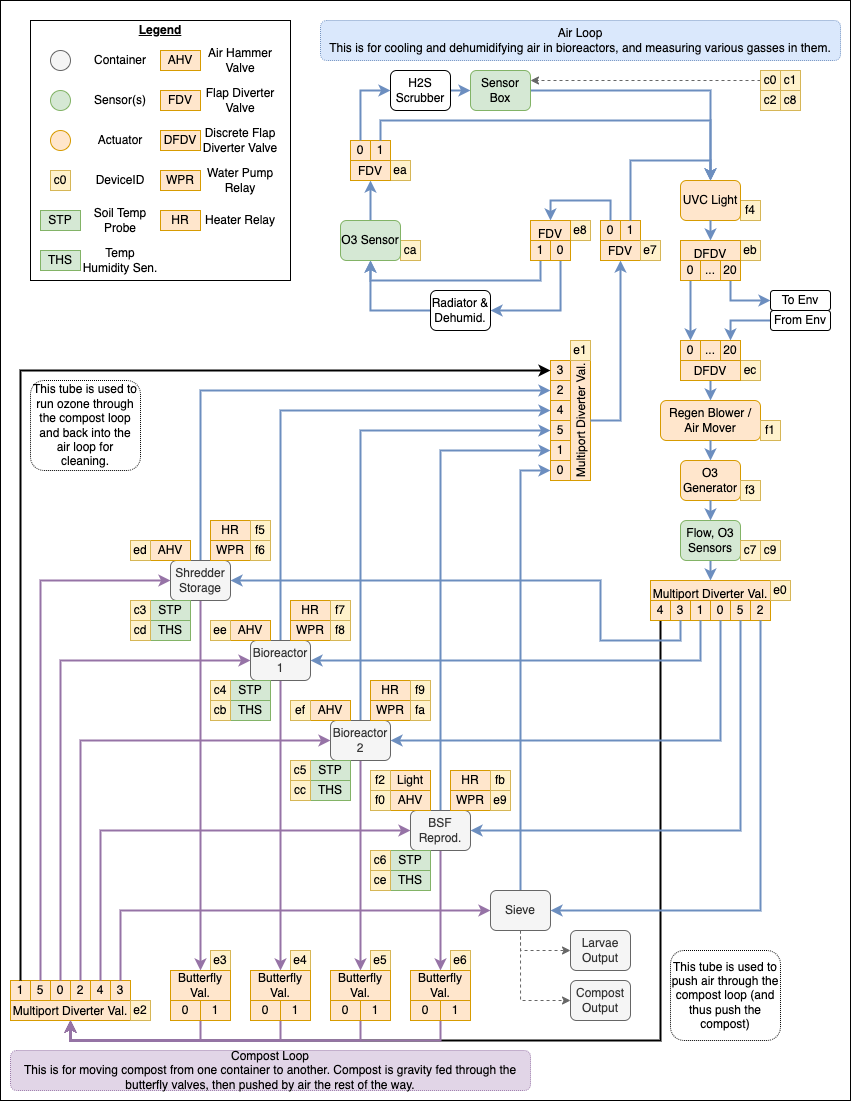
Canacompost-Systems-Inc/integrated-computer keeps this draw.io diagram as docs/resources/simplified_system_diagram.png. Above is the earlier version. Source tidied: cells renumbered, new cells last; positions are measured from the earlier drawing's top-left corner, leaving out a move shared by most shapes.
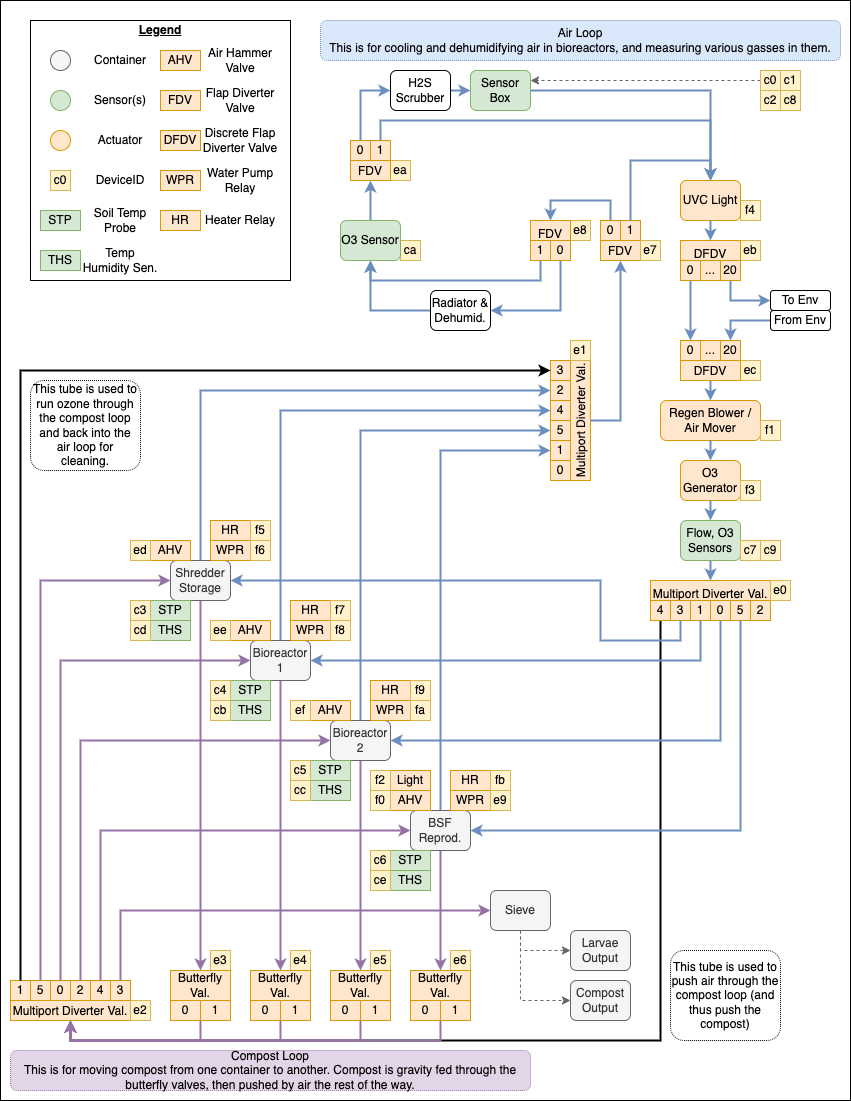
After the change.

Diff of the diagram source:
```diff
@@ -25,9 +25,6 @@
     <mxCell id="7" value="Shredder Storage" style="rounded=1;whiteSpace=wrap;html=1;fillColor=#f5f5f5;strokeColor=#666666;fontColor=#333333;" parent="1" vertex="1">
       <mxGeometry x="170" y="560" width="60" height="40" as="geometry" />
     </mxCell>
-    <mxCell id="8" style="edgeStyle=orthogonalEdgeStyle;rounded=0;jettySize=auto;html=1;exitX=0.5;exitY=0;exitDx=0;exitDy=0;entryX=0.5;entryY=1;entryDx=0;entryDy=0;strokeWidth=2;fillColor=#dae8fc;strokeColor=#6c8ebf;" parent="1" edge="1" source="11" target="54">
-      <mxGeometry relative="1" as="geometry" />
-    </mxCell>
     <mxCell id="9" style="edgeStyle=orthogonalEdgeStyle;rounded=0;jettySize=auto;html=1;exitX=0.5;exitY=1;exitDx=0;exitDy=0;entryX=0;entryY=0.5;entryDx=0;entryDy=0;strokeWidth=1;fillColor=#f5f5f5;strokeColor=#666666;dashed=1;" parent="1" edge="1" source="11" target="13">
       <mxGeometry relative="1" as="geometry" />
     </mxCell>
@@ -187,9 +184,6 @@
     <mxCell id="59" style="edgeStyle=orthogonalEdgeStyle;rounded=0;jettySize=auto;html=1;exitX=0.5;exitY=1;exitDx=0;exitDy=0;entryX=1;entryY=0.5;entryDx=0;entryDy=0;strokeWidth=2;fillColor=#dae8fc;strokeColor=#6c8ebf;" parent="1" edge="1" source="45" target="22">
       <mxGeometry relative="1" as="geometry" />
     </mxCell>
-    <mxCell id="60" style="edgeStyle=orthogonalEdgeStyle;rounded=0;jettySize=auto;html=1;exitX=0.5;exitY=1;exitDx=0;exitDy=0;entryX=1;entryY=0.5;entryDx=0;entryDy=0;strokeWidth=2;fillColor=#dae8fc;strokeColor=#6c8ebf;" parent="1" edge="1" source="46" target="11">
-      <mxGeometry relative="1" as="geometry" />
-    </mxCell>
     <mxCell id="61" value="AHV" style="rounded=0;whiteSpace=wrap;html=1;verticalAlign=middle;fillColor=#ffe6cc;strokeColor=#d79b00;" parent="1" vertex="1">
       <mxGeometry x="150" y="540" width="40" height="20" as="geometry" />
     </mxCell>
```
